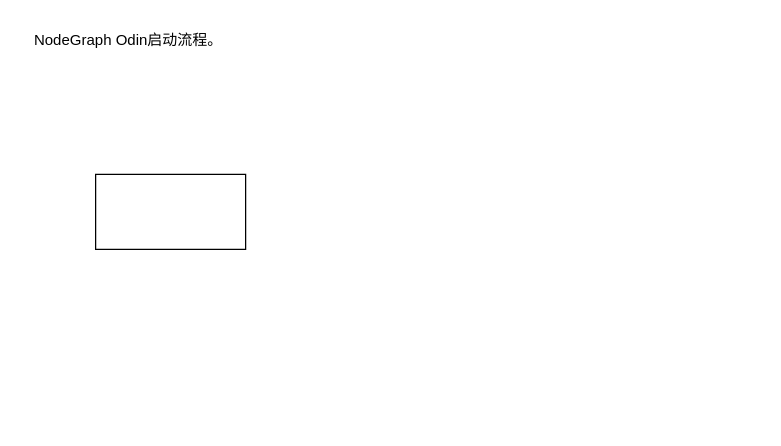
Earlier version of the draw.io diagram NodeGraph/NodeGraph_Odin使用.drawio (xzp3094997376/DrawIO). Source tidied: cells renumbered, new cells numbered last; positions are measured from the earlier drawing's top-left corner, leaving out a move shared by most shapes. Both pictures are drawn from the tidied source at 125%, with x=0, y=0 at pixel (21, 21).
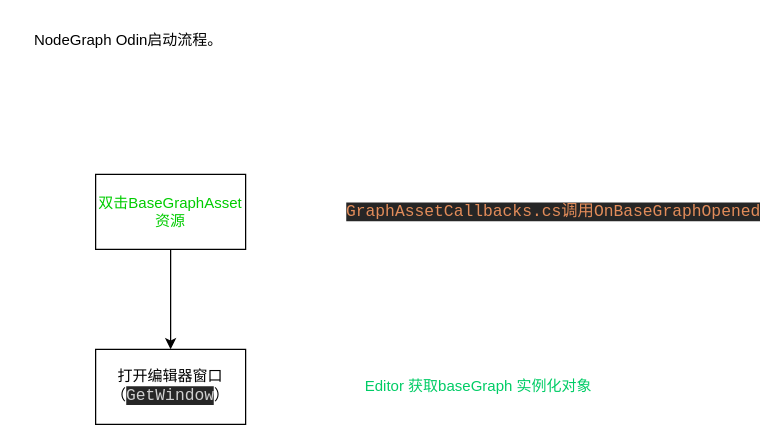
Above is the later version.

What changed in the source:
```diff
@@
 <mxGraphModel>
   <root>
     <mxCell id="0" />
     <mxCell id="1" parent="0" />
+    <mxCell id="4" style="edgeStyle=orthogonalEdgeStyle;rounded=0;jettySize=auto;html=1;" parent="1" edge="1" source="2" target="5">
+      <mxGeometry relative="1" as="geometry" />
+    </mxCell>
-    <mxCell id="2" style="whiteSpace=wrap;html=1;" parent="1" vertex="1">
+    <mxCell id="2" value="&lt;font style=&quot;--darkreader-inline-color: #6aff5b;&quot; color=&quot;#00cc00&quot;&gt;双击BaseGraphAsset资源&lt;/font&gt;" style="whiteSpace=wrap;html=1;" parent="1" vertex="1">
       <mxGeometry x="59" y="122" width="120" height="60" as="geometry" />
     </mxCell>
     <mxCell id="3" value="NodeGraph Odin启动流程。" style="text;html=1;align=center;verticalAlign=middle;strokeColor=none;fillColor=none;" parent="1" vertex="1">
       <mxGeometry width="170" height="30" as="geometry" />
     </mxCell>
+    <mxCell id="5" value="打开编辑器窗口（&lt;span style=&quot;background-color: rgb(38, 38, 38); color: rgb(208, 208, 208); font-family: &amp;quot;JetBrains Mono&amp;quot;, monospace; font-size: 9.8pt; --darkreader-inline-bgcolor: #212221; --darkreader-inline-color: #e2d8c8;&quot;&gt;GetWindow&lt;/span&gt;&lt;span style=&quot;background-color: initial; color: rgb(0, 0, 0); --darkreader-inline-bgcolor: initial; --darkreader-inline-color: #fffbec;&quot;&gt;）&lt;/span&gt;" style="whiteSpace=wrap;html=1;" parent="1" vertex="1">
+      <mxGeometry x="59" y="262" width="120" height="60" as="geometry" />
+    </mxCell>
+    <mxCell id="6" value="&lt;blockquote style=&quot;margin: 0px 0px 0px 40px; border: none; padding: 0px; --darkreader-inline-border-top: none; --darkreader-inline-border-right: none; --darkreader-inline-border-bottom: none; --darkreader-inline-border-left: none;&quot;&gt;&lt;pre style=&quot;background-color: rgb(38, 38, 38); font-family: &amp;quot;JetBrains Mono&amp;quot;, monospace; font-size: 9.8pt; --darkreader-inline-bgcolor: #212221;&quot;&gt;&lt;font style=&quot;--darkreader-inline-color: #eaa273;&quot; color=&quot;#e28c5a&quot;&gt;GraphAssetCallbacks.cs调用OnBaseGraphOpened&lt;/font&gt;&lt;/pre&gt;&lt;/blockquote&gt;" style="text;html=1;align=center;verticalAlign=middle;strokeColor=none;fillColor=none;" parent="1" vertex="1">
+      <mxGeometry x="225" y="122" width="360" height="60" as="geometry" />
+    </mxCell>
+    <mxCell id="7" value="&lt;font color=&quot;#00cc66&quot; style=&quot;--darkreader-inline-color: #6effab; --darkreader-inline-bgcolor: transparent; background-color: transparent;&quot;&gt;Editor 获取baseGraph 实例化对象&lt;/font&gt;" style="text;html=1;align=center;verticalAlign=middle;strokeColor=none;fillColor=none;" parent="1" vertex="1">
+      <mxGeometry x="265" y="277" width="200" height="30" as="geometry" />
+    </mxCell>
   </root>
 </mxGraphModel>
```
